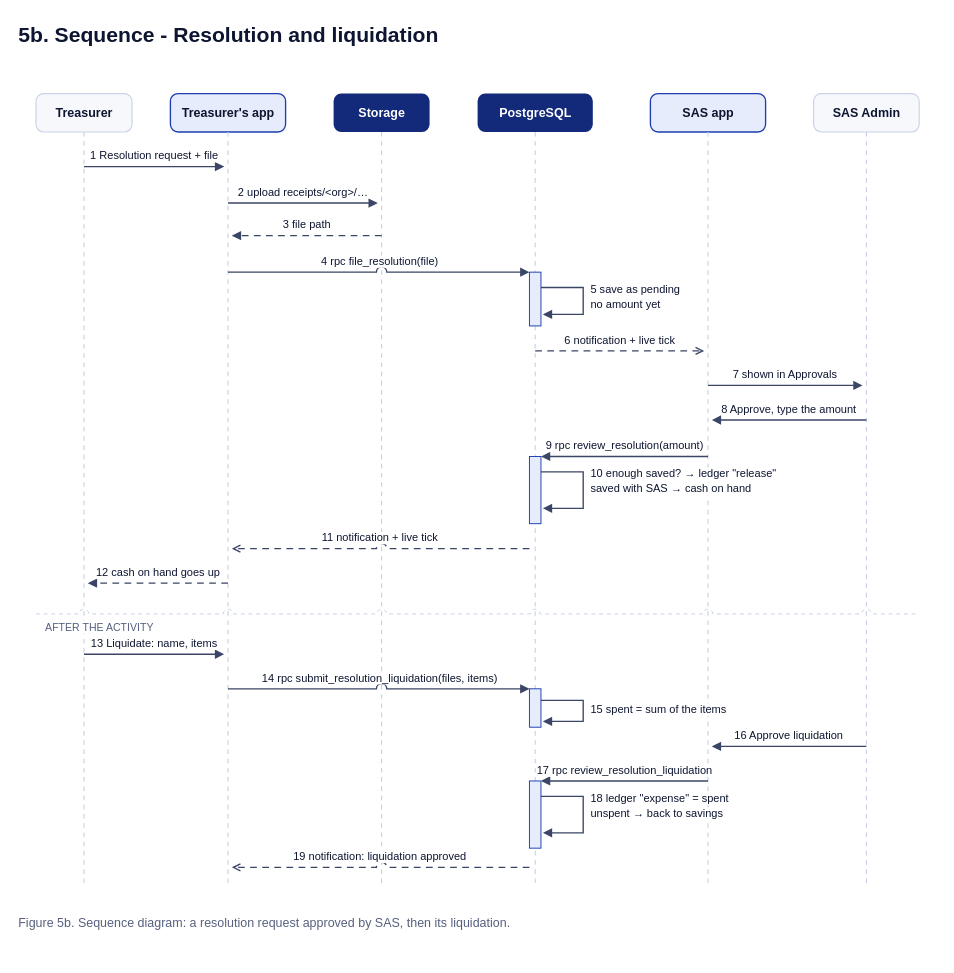
This is page "5b. Sequence - Resolution and liquidation" (7 of 8) of docs/diagrams/E-CFunds-System-Diagrams-editable.drawio from ramosneil/E-CFunds, a draw.io file, before an edit. Source tidied: cells renumbered, new cells numbered last; positions are measured from the earlier drawing's top-left corner, leaving out a move shared by most shapes. Both pictures are drawn from the tidied source at 96%, with x=0, y=0 at pixel (16, 16).
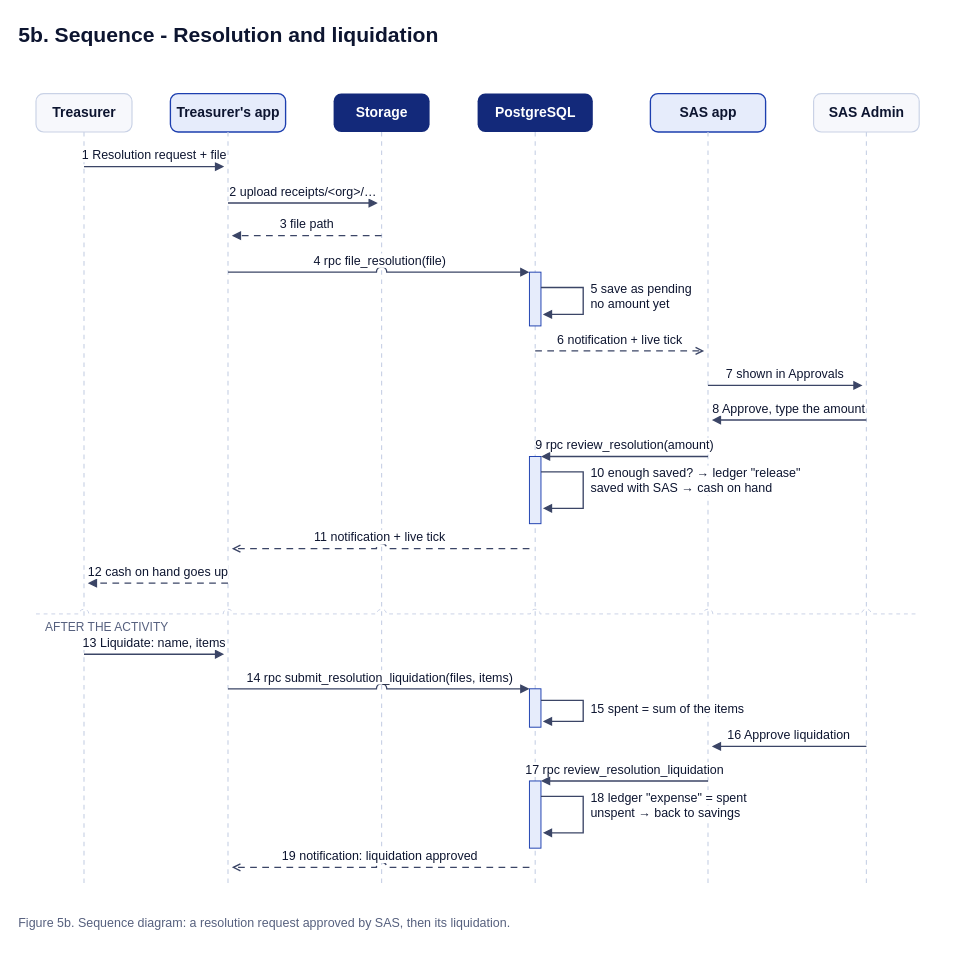
The same diagram, later.

Diff of the diagram source:
```diff
@@
-    <mxCell id="4" value="Treasurer" style="text;html=1;whiteSpace=nowrap;spacing=0;spacingLeft=0;spacingRight=0;verticalAlign=middle;align=center;fontFamily=Helvetica;fontSize=13.0;fontColor=#0D1530;fontStyle=1;" parent="1" vertex="1">
-      <mxGeometry x="31.9" y="90.7" width="76.2" height="19.5" as="geometry" />
+    <mxCell id="4" value="Treasurer" style="text;html=1;whiteSpace=nowrap;spacing=0;spacingLeft=0;spacingRight=0;verticalAlign=middle;align=center;fontFamily=Helvetica;fontSize=14.5;fontColor=#0D1530;fontStyle=1;" parent="1" vertex="1">
+      <mxGeometry x="27.8" y="89" width="84.3" height="21.8" as="geometry" />
     </mxCell>
@@
-    <mxCell id="6" value="Treasurer&amp;#x27;s app" style="text;html=1;whiteSpace=nowrap;spacing=0;spacingLeft=0;spacingRight=0;verticalAlign=middle;align=center;fontFamily=Helvetica;fontSize=13.0;fontColor=#0D1530;fontStyle=1;" parent="1" vertex="1">
-      <mxGeometry x="158.5" y="90.7" width="123" height="19.5" as="geometry" />
+    <mxCell id="6" value="Treasurer&amp;#x27;s app" style="text;html=1;whiteSpace=nowrap;spacing=0;spacingLeft=0;spacingRight=0;verticalAlign=middle;align=center;fontFamily=Helvetica;fontSize=14.5;fontColor=#0D1530;fontStyle=1;" parent="1" vertex="1">
+      <mxGeometry x="151.8" y="89" width="136.5" height="21.8" as="geometry" />
     </mxCell>
@@
-    <mxCell id="8" value="Storage" style="text;html=1;whiteSpace=nowrap;spacing=0;spacingLeft=0;spacingRight=0;verticalAlign=middle;align=center;fontFamily=Helvetica;fontSize=13.0;fontColor=#FFFFFF;fontStyle=1;" parent="1" vertex="1">
-      <mxGeometry x="349.7" y="90.7" width="60.6" height="19.5" as="geometry" />
+    <mxCell id="8" value="Storage" style="text;html=1;whiteSpace=nowrap;spacing=0;spacingLeft=0;spacingRight=0;verticalAlign=middle;align=center;fontFamily=Helvetica;fontSize=14.5;fontColor=#FFFFFF;fontStyle=1;" parent="1" vertex="1">
+      <mxGeometry x="346.6" y="89" width="66.9" height="21.8" as="geometry" />
     </mxCell>
@@
-    <mxCell id="10" value="PostgreSQL" style="text;html=1;whiteSpace=nowrap;spacing=0;spacingLeft=0;spacingRight=0;verticalAlign=middle;align=center;fontFamily=Helvetica;fontSize=13.0;fontColor=#FFFFFF;fontStyle=1;" parent="1" vertex="1">
-      <mxGeometry x="498" y="90.7" width="84" height="19.5" as="geometry" />
+    <mxCell id="10" value="PostgreSQL" style="text;html=1;whiteSpace=nowrap;spacing=0;spacingLeft=0;spacingRight=0;verticalAlign=middle;align=center;fontFamily=Helvetica;fontSize=14.5;fontColor=#FFFFFF;fontStyle=1;" parent="1" vertex="1">
+      <mxGeometry x="493.5" y="89" width="93" height="21.8" as="geometry" />
     </mxCell>
@@
-    <mxCell id="12" value="SAS app" style="text;html=1;whiteSpace=nowrap;spacing=0;spacingLeft=0;spacingRight=0;verticalAlign=middle;align=center;fontFamily=Helvetica;fontSize=13.0;fontColor=#0D1530;fontStyle=1;" parent="1" vertex="1">
-      <mxGeometry x="689.7" y="90.7" width="60.6" height="19.5" as="geometry" />
+    <mxCell id="12" value="SAS app" style="text;html=1;whiteSpace=nowrap;spacing=0;spacingLeft=0;spacingRight=0;verticalAlign=middle;align=center;fontFamily=Helvetica;fontSize=14.5;fontColor=#0D1530;fontStyle=1;" parent="1" vertex="1">
+      <mxGeometry x="686.5" y="89" width="66.9" height="21.8" as="geometry" />
     </mxCell>
@@
-    <mxCell id="14" value="SAS Admin" style="text;html=1;whiteSpace=nowrap;spacing=0;spacingLeft=0;spacingRight=0;verticalAlign=middle;align=center;fontFamily=Helvetica;fontSize=13.0;fontColor=#0D1530;fontStyle=1;" parent="1" vertex="1">
-      <mxGeometry x="846.9" y="90.7" width="76.2" height="19.5" as="geometry" />
+    <mxCell id="14" value="SAS Admin" style="text;html=1;whiteSpace=nowrap;spacing=0;spacingLeft=0;spacingRight=0;verticalAlign=middle;align=center;fontFamily=Helvetica;fontSize=14.5;fontColor=#0D1530;fontStyle=1;" parent="1" vertex="1">
+      <mxGeometry x="842.9" y="89" width="84.3" height="21.8" as="geometry" />
     </mxCell>
@@
-    <mxCell id="26" value="1 Resolution request + file" style="text;html=1;whiteSpace=nowrap;spacing=0;spacingLeft=0;spacingRight=0;verticalAlign=middle;align=center;fontFamily=Helvetica;fontSize=11.5;fontColor=#0D1530;fontStyle=0;labelBackgroundColor=#FFFFFF;" parent="1" vertex="1">
-      <mxGeometry x="46.9" y="136.3" width="192.3" height="17.2" as="geometry" />
+    <mxCell id="26" value="1 Resolution request + file" style="text;html=1;whiteSpace=nowrap;spacing=0;spacingLeft=0;spacingRight=0;verticalAlign=middle;align=center;fontFamily=Helvetica;fontSize=13.0;fontColor=#0D1530;fontStyle=0;labelBackgroundColor=#FFFFFF;" parent="1" vertex="1">
+      <mxGeometry x="34.7" y="134.7" width="216.6" height="19.5" as="geometry" />
     </mxCell>
@@
-    <mxCell id="28" value="2 upload receipts/&amp;lt;org&amp;gt;/…" style="text;html=1;whiteSpace=nowrap;spacing=0;spacingLeft=0;spacingRight=0;verticalAlign=middle;align=center;fontFamily=Helvetica;fontSize=11.5;fontColor=#0D1530;fontStyle=0;labelBackgroundColor=#FFFFFF;" parent="1" vertex="1">
-      <mxGeometry x="208.8" y="174.3" width="178.5" height="17.2" as="geometry" />
+    <mxCell id="28" value="2 upload receipts/&amp;lt;org&amp;gt;/…" style="text;html=1;whiteSpace=nowrap;spacing=0;spacingLeft=0;spacingRight=0;verticalAlign=middle;align=center;fontFamily=Helvetica;fontSize=13.0;fontColor=#0D1530;fontStyle=0;labelBackgroundColor=#FFFFFF;" parent="1" vertex="1">
+      <mxGeometry x="197.5" y="172.7" width="201" height="19.5" as="geometry" />
     </mxCell>
@@
-    <mxCell id="30" value="3 file path" style="text;html=1;whiteSpace=nowrap;spacing=0;spacingLeft=0;spacingRight=0;verticalAlign=middle;align=center;fontFamily=Helvetica;fontSize=11.5;fontColor=#0D1530;fontStyle=0;labelBackgroundColor=#FFFFFF;" parent="1" vertex="1">
-      <mxGeometry x="261.1" y="208.3" width="81.9" height="17.2" as="geometry" />
+    <mxCell id="30" value="3 file path" style="text;html=1;whiteSpace=nowrap;spacing=0;spacingLeft=0;spacingRight=0;verticalAlign=middle;align=center;fontFamily=Helvetica;fontSize=13.0;fontColor=#0D1530;fontStyle=0;labelBackgroundColor=#FFFFFF;" parent="1" vertex="1">
+      <mxGeometry x="256.1" y="206.7" width="91.8" height="19.5" as="geometry" />
     </mxCell>
@@
-    <mxCell id="32" value="4 rpc file_resolution(file)" style="text;html=1;whiteSpace=nowrap;spacing=0;spacingLeft=0;spacingRight=0;verticalAlign=middle;align=center;fontFamily=Helvetica;fontSize=11.5;fontColor=#0D1530;fontStyle=0;labelBackgroundColor=#FFFFFF;" parent="1" vertex="1">
-      <mxGeometry x="281.9" y="246.4" width="192.3" height="17.2" as="geometry" />
+    <mxCell id="32" value="4 rpc file_resolution(file)" style="text;html=1;whiteSpace=nowrap;spacing=0;spacingLeft=0;spacingRight=0;verticalAlign=middle;align=center;fontFamily=Helvetica;fontSize=13.0;fontColor=#0D1530;fontStyle=0;labelBackgroundColor=#FFFFFF;" parent="1" vertex="1">
+      <mxGeometry x="269.7" y="244.7" width="216.6" height="19.5" as="geometry" />
     </mxCell>
@@
-    <mxCell id="34" value="5 save as pending" style="text;html=1;whiteSpace=nowrap;spacing=0;spacingLeft=0;spacingRight=0;verticalAlign=middle;align=left;fontFamily=Helvetica;fontSize=11.5;fontColor=#0D1530;fontStyle=0;labelBackgroundColor=#FFFFFF;" parent="1" vertex="1">
-      <mxGeometry x="598" y="275.4" width="123.3" height="17.2" as="geometry" />
+    <mxCell id="34" value="5 save as pending" style="text;html=1;whiteSpace=nowrap;spacing=0;spacingLeft=0;spacingRight=0;verticalAlign=middle;align=left;fontFamily=Helvetica;fontSize=13.0;fontColor=#0D1530;fontStyle=0;labelBackgroundColor=#FFFFFF;" parent="1" vertex="1">
+      <mxGeometry x="598" y="273.7" width="138.6" height="19.5" as="geometry" />
     </mxCell>
-    <mxCell id="35" value="no amount yet" style="text;html=1;whiteSpace=nowrap;spacing=0;spacingLeft=0;spacingRight=0;verticalAlign=middle;align=left;fontFamily=Helvetica;fontSize=11.5;fontColor=#0D1530;fontStyle=0;labelBackgroundColor=#FFFFFF;" parent="1" vertex="1">
-      <mxGeometry x="598" y="291.4" width="95.7" height="17.2" as="geometry" />
+    <mxCell id="35" value="no amount yet" style="text;html=1;whiteSpace=nowrap;spacing=0;spacingLeft=0;spacingRight=0;verticalAlign=middle;align=left;fontFamily=Helvetica;fontSize=13.0;fontColor=#0D1530;fontStyle=0;labelBackgroundColor=#FFFFFF;" parent="1" vertex="1">
+      <mxGeometry x="598" y="289.7" width="107.4" height="19.5" as="geometry" />
     </mxCell>
@@
-    <mxCell id="37" value="6 notification + live tick" style="text;html=1;whiteSpace=nowrap;spacing=0;spacingLeft=0;spacingRight=0;verticalAlign=middle;align=center;fontFamily=Helvetica;fontSize=11.5;fontColor=#0D1530;fontStyle=0;labelBackgroundColor=#FFFFFF;" parent="1" vertex="1">
-      <mxGeometry x="535.3" y="328.4" width="185.4" height="17.2" as="geometry" />
+    <mxCell id="37" value="6 notification + live tick" style="text;html=1;whiteSpace=nowrap;spacing=0;spacingLeft=0;spacingRight=0;verticalAlign=middle;align=center;fontFamily=Helvetica;fontSize=13.0;fontColor=#0D1530;fontStyle=0;labelBackgroundColor=#FFFFFF;" parent="1" vertex="1">
+      <mxGeometry x="523.6" y="326.7" width="208.8" height="19.5" as="geometry" />
     </mxCell>
@@
-    <mxCell id="39" value="7 shown in Approvals" style="text;html=1;whiteSpace=nowrap;spacing=0;spacingLeft=0;spacingRight=0;verticalAlign=middle;align=center;fontFamily=Helvetica;fontSize=11.5;fontColor=#0D1530;fontStyle=0;labelBackgroundColor=#FFFFFF;" parent="1" vertex="1">
-      <mxGeometry x="728" y="364.4" width="144" height="17.2" as="geometry" />
+    <mxCell id="39" value="7 shown in Approvals" style="text;html=1;whiteSpace=nowrap;spacing=0;spacingLeft=0;spacingRight=0;verticalAlign=middle;align=center;fontFamily=Helvetica;fontSize=13.0;fontColor=#0D1530;fontStyle=0;labelBackgroundColor=#FFFFFF;" parent="1" vertex="1">
+      <mxGeometry x="719" y="362.7" width="162" height="19.5" as="geometry" />
     </mxCell>
@@
-    <mxCell id="41" value="8 Approve, type the amount" style="text;html=1;whiteSpace=nowrap;spacing=0;spacingLeft=0;spacingRight=0;verticalAlign=middle;align=center;fontFamily=Helvetica;fontSize=11.5;fontColor=#0D1530;fontStyle=0;labelBackgroundColor=#FFFFFF;" parent="1" vertex="1">
-      <mxGeometry x="711.3" y="400.4" width="185.4" height="17.2" as="geometry" />
+    <mxCell id="41" value="8 Approve, type the amount" style="text;html=1;whiteSpace=nowrap;spacing=0;spacingLeft=0;spacingRight=0;verticalAlign=middle;align=center;fontFamily=Helvetica;fontSize=13.0;fontColor=#0D1530;fontStyle=0;labelBackgroundColor=#FFFFFF;" parent="1" vertex="1">
+      <mxGeometry x="699.6" y="398.7" width="208.8" height="19.5" as="geometry" />
     </mxCell>
@@
-    <mxCell id="43" value="9 rpc review_resolution(amount)" style="text;html=1;whiteSpace=nowrap;spacing=0;spacingLeft=0;spacingRight=0;verticalAlign=middle;align=center;fontFamily=Helvetica;fontSize=11.5;fontColor=#0D1530;fontStyle=0;labelBackgroundColor=#FFFFFF;" parent="1" vertex="1">
-      <mxGeometry x="523" y="438.4" width="219.9" height="17.2" as="geometry" />
+    <mxCell id="43" value="9 rpc review_resolution(amount)" style="text;html=1;whiteSpace=nowrap;spacing=0;spacingLeft=0;spacingRight=0;verticalAlign=middle;align=center;fontFamily=Helvetica;fontSize=13.0;fontColor=#0D1530;fontStyle=0;labelBackgroundColor=#FFFFFF;" parent="1" vertex="1">
+      <mxGeometry x="509.1" y="436.7" width="247.8" height="19.5" as="geometry" />
     </mxCell>
@@
-    <mxCell id="45" value="10 enough saved? → ledger &amp;quot;release&amp;quot;" style="text;html=1;whiteSpace=nowrap;spacing=0;spacingLeft=0;spacingRight=0;verticalAlign=middle;align=left;fontFamily=Helvetica;fontSize=11.5;fontColor=#0D1530;fontStyle=0;labelBackgroundColor=#FFFFFF;" parent="1" vertex="1">
-      <mxGeometry x="598" y="467.4" width="247.5" height="17.2" as="geometry" />
+    <mxCell id="45" value="10 enough saved? → ledger &amp;quot;release&amp;quot;" style="text;html=1;whiteSpace=nowrap;spacing=0;spacingLeft=0;spacingRight=0;verticalAlign=middle;align=left;fontFamily=Helvetica;fontSize=13.0;fontColor=#0D1530;fontStyle=0;labelBackgroundColor=#FFFFFF;" parent="1" vertex="1">
+      <mxGeometry x="598" y="465.7" width="279" height="19.5" as="geometry" />
     </mxCell>
-    <mxCell id="46" value="saved with SAS → cash on hand" style="text;html=1;whiteSpace=nowrap;spacing=0;spacingLeft=0;spacingRight=0;verticalAlign=middle;align=left;fontFamily=Helvetica;fontSize=11.5;fontColor=#0D1530;fontStyle=0;labelBackgroundColor=#FFFFFF;" parent="1" vertex="1">
-      <mxGeometry x="598" y="483.4" width="206.1" height="17.2" as="geometry" />
+    <mxCell id="46" value="saved with SAS → cash on hand" style="text;html=1;whiteSpace=nowrap;spacing=0;spacingLeft=0;spacingRight=0;verticalAlign=middle;align=left;fontFamily=Helvetica;fontSize=13.0;fontColor=#0D1530;fontStyle=0;labelBackgroundColor=#FFFFFF;" parent="1" vertex="1">
+      <mxGeometry x="598" y="481.7" width="232.2" height="19.5" as="geometry" />
     </mxCell>
@@
-    <mxCell id="48" value="11 notification + live tick" style="text;html=1;whiteSpace=nowrap;spacing=0;spacingLeft=0;spacingRight=0;verticalAlign=middle;align=center;fontFamily=Helvetica;fontSize=11.5;fontColor=#0D1530;fontStyle=0;labelBackgroundColor=#FFFFFF;" parent="1" vertex="1">
-      <mxGeometry x="281.9" y="534.4" width="192.3" height="17.2" as="geometry" />
+    <mxCell id="48" value="11 notification + live tick" style="text;html=1;whiteSpace=nowrap;spacing=0;spacingLeft=0;spacingRight=0;verticalAlign=middle;align=center;fontFamily=Helvetica;fontSize=13.0;fontColor=#0D1530;fontStyle=0;labelBackgroundColor=#FFFFFF;" parent="1" vertex="1">
+      <mxGeometry x="269.7" y="532.7" width="216.6" height="19.5" as="geometry" />
     </mxCell>
@@
-    <mxCell id="50" value="12 cash on hand goes up" style="text;html=1;whiteSpace=nowrap;spacing=0;spacingLeft=0;spacingRight=0;verticalAlign=middle;align=center;fontFamily=Helvetica;fontSize=11.5;fontColor=#0D1530;fontStyle=0;labelBackgroundColor=#FFFFFF;" parent="1" vertex="1">
-      <mxGeometry x="64.7" y="570.4" width="164.7" height="17.2" as="geometry" />
+    <mxCell id="50" value="12 cash on hand goes up" style="text;html=1;whiteSpace=nowrap;spacing=0;spacingLeft=0;spacingRight=0;verticalAlign=middle;align=center;fontFamily=Helvetica;fontSize=13.0;fontColor=#0D1530;fontStyle=0;labelBackgroundColor=#FFFFFF;" parent="1" vertex="1">
+      <mxGeometry x="54.3" y="568.7" width="185.4" height="19.5" as="geometry" />
     </mxCell>
@@
-    <mxCell id="52" value="AFTER THE ACTIVITY" style="text;html=1;whiteSpace=nowrap;spacing=0;spacingLeft=0;spacingRight=0;verticalAlign=middle;align=left;fontFamily=Helvetica;fontSize=11.0;fontColor=#56607E;fontStyle=0;labelBackgroundColor=#FFFFFF;" parent="1" vertex="1">
-      <mxGeometry x="30" y="627.9" width="124.8" height="16.5" as="geometry" />
+    <mxCell id="52" value="AFTER THE ACTIVITY" style="text;html=1;whiteSpace=nowrap;spacing=0;spacingLeft=0;spacingRight=0;verticalAlign=middle;align=left;fontFamily=Helvetica;fontSize=12.5;fontColor=#56607E;fontStyle=0;labelBackgroundColor=#FFFFFF;" parent="1" vertex="1">
+      <mxGeometry x="30" y="626.2" width="141" height="18.8" as="geometry" />
     </mxCell>
@@
-    <mxCell id="54" value="13 Liquidate: name, items" style="text;html=1;whiteSpace=nowrap;spacing=0;spacingLeft=0;spacingRight=0;verticalAlign=middle;align=center;fontFamily=Helvetica;fontSize=11.5;fontColor=#0D1530;fontStyle=0;labelBackgroundColor=#FFFFFF;" parent="1" vertex="1">
-      <mxGeometry x="53.8" y="644.4" width="178.5" height="17.2" as="geometry" />
+    <mxCell id="54" value="13 Liquidate: name, items" style="text;html=1;whiteSpace=nowrap;spacing=0;spacingLeft=0;spacingRight=0;verticalAlign=middle;align=center;fontFamily=Helvetica;fontSize=13.0;fontColor=#0D1530;fontStyle=0;labelBackgroundColor=#FFFFFF;" parent="1" vertex="1">
+      <mxGeometry x="42.5" y="642.7" width="201" height="19.5" as="geometry" />
     </mxCell>
@@
-    <mxCell id="56" value="14 rpc submit_resolution_liquidation(files, items)" style="text;html=1;whiteSpace=nowrap;spacing=0;spacingLeft=0;spacingRight=0;verticalAlign=middle;align=center;fontFamily=Helvetica;fontSize=11.5;fontColor=#0D1530;fontStyle=0;labelBackgroundColor=#FFFFFF;" parent="1" vertex="1">
-      <mxGeometry x="202.5" y="680.4" width="351" height="17.2" as="geometry" />
+    <mxCell id="56" value="14 rpc submit_resolution_liquidation(files, items)" style="text;html=1;whiteSpace=nowrap;spacing=0;spacingLeft=0;spacingRight=0;verticalAlign=middle;align=center;fontFamily=Helvetica;fontSize=13.0;fontColor=#0D1530;fontStyle=0;labelBackgroundColor=#FFFFFF;" parent="1" vertex="1">
+      <mxGeometry x="180" y="678.7" width="396" height="19.5" as="geometry" />
     </mxCell>
@@
-    <mxCell id="58" value="15 spent = sum of the items" style="text;html=1;whiteSpace=nowrap;spacing=0;spacingLeft=0;spacingRight=0;verticalAlign=middle;align=left;fontFamily=Helvetica;fontSize=11.5;fontColor=#0D1530;fontStyle=0;labelBackgroundColor=#FFFFFF;" parent="1" vertex="1">
-      <mxGeometry x="598" y="713.4" width="192.3" height="17.2" as="geometry" />
+    <mxCell id="58" value="15 spent = sum of the items" style="text;html=1;whiteSpace=nowrap;spacing=0;spacingLeft=0;spacingRight=0;verticalAlign=middle;align=left;fontFamily=Helvetica;fontSize=13.0;fontColor=#0D1530;fontStyle=0;labelBackgroundColor=#FFFFFF;" parent="1" vertex="1">
+      <mxGeometry x="598" y="711.7" width="216.6" height="19.5" as="geometry" />
     </mxCell>
@@
-    <mxCell id="60" value="16 Approve liquidation" style="text;html=1;whiteSpace=nowrap;spacing=0;spacingLeft=0;spacingRight=0;verticalAlign=middle;align=center;fontFamily=Helvetica;fontSize=11.5;fontColor=#0D1530;fontStyle=0;labelBackgroundColor=#FFFFFF;" parent="1" vertex="1">
-      <mxGeometry x="725.1" y="740.4" width="157.8" height="17.2" as="geometry" />
+    <mxCell id="60" value="16 Approve liquidation" style="text;html=1;whiteSpace=nowrap;spacing=0;spacingLeft=0;spacingRight=0;verticalAlign=middle;align=center;fontFamily=Helvetica;fontSize=13.0;fontColor=#0D1530;fontStyle=0;labelBackgroundColor=#FFFFFF;" parent="1" vertex="1">
+      <mxGeometry x="715.2" y="738.7" width="177.6" height="19.5" as="geometry" />
     </mxCell>
@@
-    <mxCell id="62" value="17 rpc review_resolution_liquidation" style="text;html=1;whiteSpace=nowrap;spacing=0;spacingLeft=0;spacingRight=0;verticalAlign=middle;align=center;fontFamily=Helvetica;fontSize=11.5;fontColor=#0D1530;fontStyle=0;labelBackgroundColor=#FFFFFF;" parent="1" vertex="1">
-      <mxGeometry x="505.8" y="776.4" width="254.4" height="17.2" as="geometry" />
+    <mxCell id="62" value="17 rpc review_resolution_liquidation" style="text;html=1;whiteSpace=nowrap;spacing=0;spacingLeft=0;spacingRight=0;verticalAlign=middle;align=center;fontFamily=Helvetica;fontSize=13.0;fontColor=#0D1530;fontStyle=0;labelBackgroundColor=#FFFFFF;" parent="1" vertex="1">
+      <mxGeometry x="489.6" y="774.7" width="286.8" height="19.5" as="geometry" />
     </mxCell>
@@
-    <mxCell id="64" value="18 ledger &amp;quot;expense&amp;quot; = spent" style="text;html=1;whiteSpace=nowrap;spacing=0;spacingLeft=0;spacingRight=0;verticalAlign=middle;align=left;fontFamily=Helvetica;fontSize=11.5;fontColor=#0D1530;fontStyle=0;labelBackgroundColor=#FFFFFF;" parent="1" vertex="1">
-      <mxGeometry x="598" y="805.4" width="192.3" height="17.2" as="geometry" />
+    <mxCell id="64" value="18 ledger &amp;quot;expense&amp;quot; = spent" style="text;html=1;whiteSpace=nowrap;spacing=0;spacingLeft=0;spacingRight=0;verticalAlign=middle;align=left;fontFamily=Helvetica;fontSize=13.0;fontColor=#0D1530;fontStyle=0;labelBackgroundColor=#FFFFFF;" parent="1" vertex="1">
+      <mxGeometry x="598" y="803.7" width="216.6" height="19.5" as="geometry" />
     </mxCell>
-    <mxCell id="65" value="unspent → back to savings" style="text;html=1;whiteSpace=nowrap;spacing=0;spacingLeft=0;spacingRight=0;verticalAlign=middle;align=left;fontFamily=Helvetica;fontSize=11.5;fontColor=#0D1530;fontStyle=0;labelBackgroundColor=#FFFFFF;" parent="1" vertex="1">
-      <mxGeometry x="598" y="821.4" width="178.5" height="17.2" as="geometry" />
+    <mxCell id="65" value="unspent → back to savings" style="text;html=1;whiteSpace=nowrap;spacing=0;spacingLeft=0;spacingRight=0;verticalAlign=middle;align=left;fontFamily=Helvetica;fontSize=13.0;fontColor=#0D1530;fontStyle=0;labelBackgroundColor=#FFFFFF;" parent="1" vertex="1">
+      <mxGeometry x="598" y="819.7" width="201" height="19.5" as="geometry" />
     </mxCell>
@@
-    <mxCell id="67" value="19 notification: liquidation approved" style="text;html=1;whiteSpace=nowrap;spacing=0;spacingLeft=0;spacingRight=0;verticalAlign=middle;align=center;fontFamily=Helvetica;fontSize=11.5;fontColor=#0D1530;fontStyle=0;labelBackgroundColor=#FFFFFF;" parent="1" vertex="1">
-      <mxGeometry x="247.4" y="866.4" width="261.3" height="17.2" as="geometry" />
+    <mxCell id="67" value="19 notification: liquidation approved" style="text;html=1;whiteSpace=nowrap;spacing=0;spacingLeft=0;spacingRight=0;verticalAlign=middle;align=center;fontFamily=Helvetica;fontSize=13.0;fontColor=#0D1530;fontStyle=0;labelBackgroundColor=#FFFFFF;" parent="1" vertex="1">
+      <mxGeometry x="230.7" y="864.7" width="294.6" height="19.5" as="geometry" />
     </mxCell>
```
